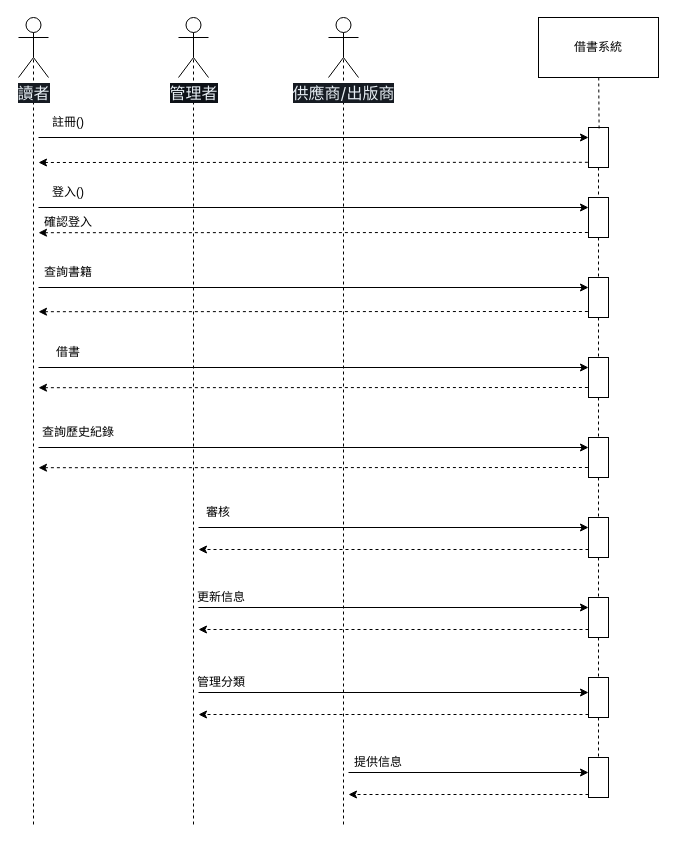
Before: page "系統循序圖" (3 of 3) of main.drawio in YaXun1103/112-2FinalPorject, a draw.io diagram. Source tidied: cells renumbered, new cells numbered last; positions are measured from the earlier drawing's top-left corner, leaving out a move shared by most shapes. Both pictures are drawn from the tidied source at 100%, with x=0, y=0 at pixel (18, 17).
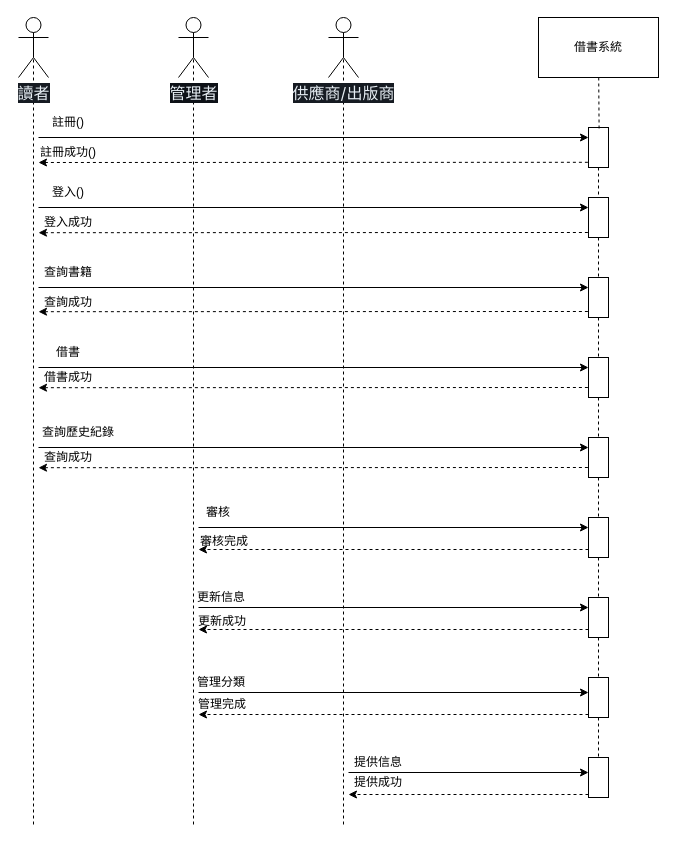
After the change.

Commit message:
修改循序圖

Diff of the diagram source:
```diff
@@
-    <mxCell id="22" value="確認登入" style="text;html=1;strokeColor=none;fillColor=none;align=center;verticalAlign=middle;whiteSpace=wrap;rounded=0;" parent="1" vertex="1">
+    <mxCell id="22" value="登入成功" style="text;html=1;strokeColor=none;fillColor=none;align=center;verticalAlign=middle;whiteSpace=wrap;rounded=0;" parent="1" vertex="1">
       <mxGeometry x="20" y="190" width="60" height="30" as="geometry" />
     </mxCell>
@@
+    <mxCell id="55" value="註冊成功()" style="text;html=1;strokeColor=none;fillColor=none;align=center;verticalAlign=middle;whiteSpace=wrap;rounded=0;" parent="1" vertex="1">
+      <mxGeometry x="20" y="120" width="60" height="30" as="geometry" />
+    </mxCell>
+    <mxCell id="56" value="審核完成" style="text;html=1;strokeColor=none;fillColor=none;align=center;verticalAlign=middle;whiteSpace=wrap;rounded=0;" parent="1" vertex="1">
+      <mxGeometry x="176" y="509" width="60" height="30" as="geometry" />
+    </mxCell>
+    <mxCell id="57" value="更新成功" style="text;html=1;strokeColor=none;fillColor=none;align=center;verticalAlign=middle;whiteSpace=wrap;rounded=0;" parent="1" vertex="1">
+      <mxGeometry x="174" y="589" width="60" height="30" as="geometry" />
+    </mxCell>
+    <mxCell id="58" value="查詢成功" style="text;html=1;strokeColor=none;fillColor=none;align=center;verticalAlign=middle;whiteSpace=wrap;rounded=0;" parent="1" vertex="1">
+      <mxGeometry x="20" y="270" width="60" height="30" as="geometry" />
+    </mxCell>
+    <mxCell id="59" value="借書成功" style="text;html=1;strokeColor=none;fillColor=none;align=center;verticalAlign=middle;whiteSpace=wrap;rounded=0;" parent="1" vertex="1">
+      <mxGeometry x="20" y="345" width="60" height="30" as="geometry" />
+    </mxCell>
+    <mxCell id="60" value="查詢成功" style="text;html=1;strokeColor=none;fillColor=none;align=center;verticalAlign=middle;whiteSpace=wrap;rounded=0;" parent="1" vertex="1">
+      <mxGeometry x="20" y="425" width="60" height="30" as="geometry" />
+    </mxCell>
+    <mxCell id="61" value="提供成功" style="text;html=1;strokeColor=none;fillColor=none;align=center;verticalAlign=middle;whiteSpace=wrap;rounded=0;" parent="1" vertex="1">
+      <mxGeometry x="330" y="750" width="60" height="30" as="geometry" />
+    </mxCell>
+    <mxCell id="62" value="管理完成" style="text;html=1;strokeColor=none;fillColor=none;align=center;verticalAlign=middle;whiteSpace=wrap;rounded=0;" parent="1" vertex="1">
+      <mxGeometry x="174" y="672" width="60" height="30" as="geometry" />
+    </mxCell>
```
